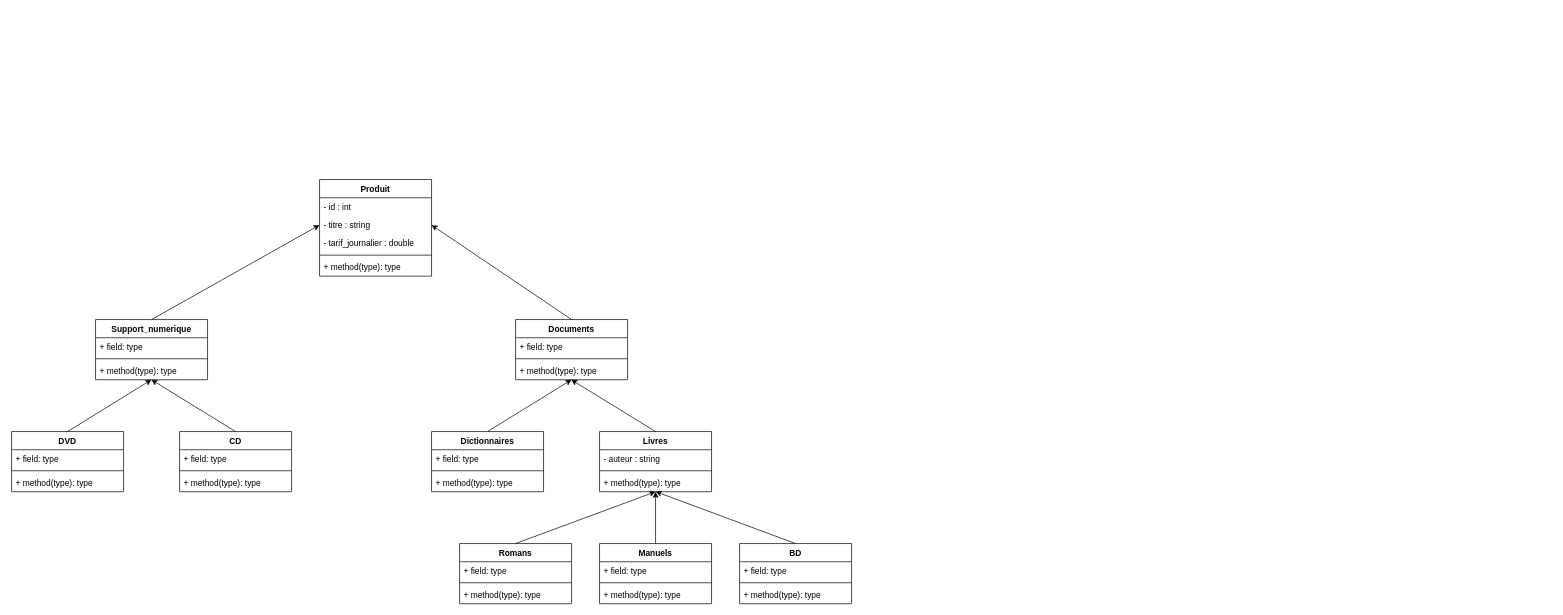
Earlier version of the draw.io diagram UML.drawio (Harsisis/Java_project). Source tidied: cells renumbered, new cells numbered last; positions are measured from the earlier drawing's top-left corner, leaving out a move shared by most shapes. Both pictures are drawn from the tidied source at 70%, with x=0, y=0 at pixel (11, 179).
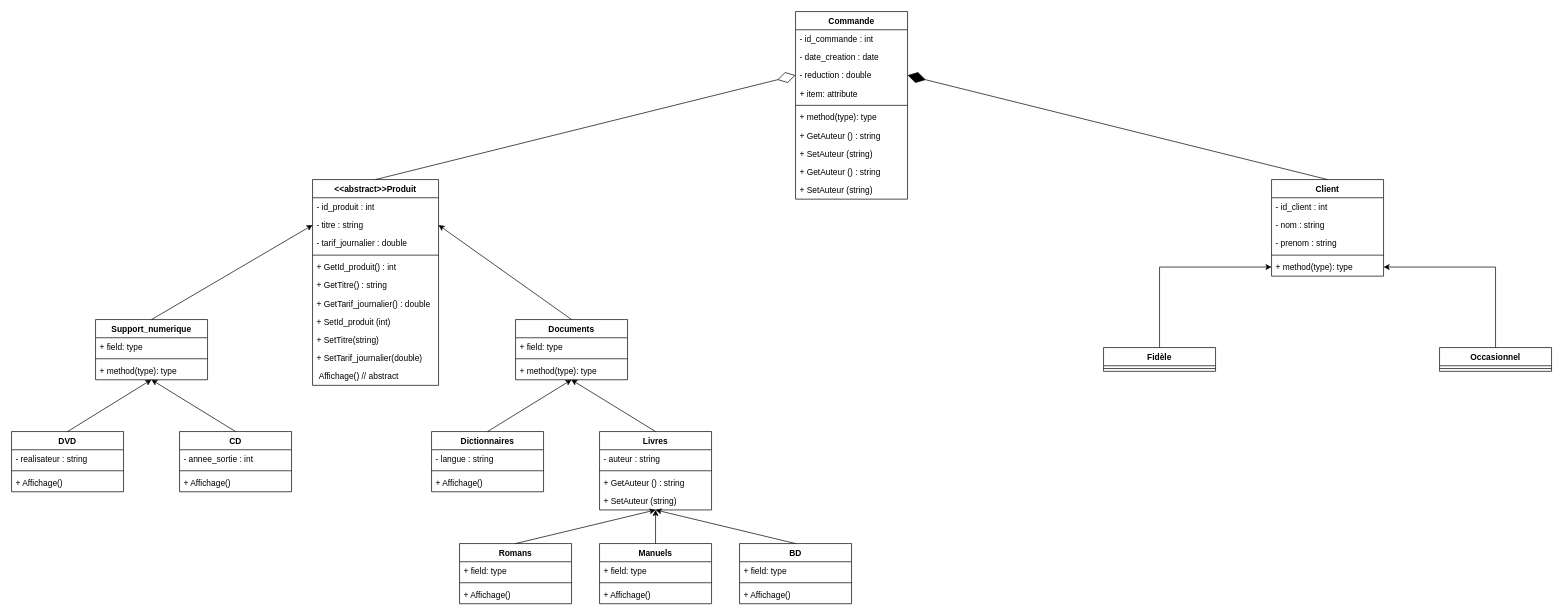
Above is the later version.

Unchanged cells that the change refers to:
```xml
<mxCell id="2" value="DVD" style="swimlane;fontStyle=1;align=center;verticalAlign=top;horizontal=1;startSize=26;" parent="1" vertex="1">
  <mxGeometry y="360" width="160" height="86" as="geometry" />
</mxCell>
<mxCell id="6" value="CD" style="swimlane;fontStyle=1;align=center;verticalAlign=top;horizontal=1;startSize=26;" parent="1" vertex="1">
  <mxGeometry x="240" y="360" width="160" height="86" as="geometry" />
</mxCell>
<mxCell id="18" value="Dictionnaires" style="swimlane;fontStyle=1;align=center;verticalAlign=top;horizontal=1;startSize=26;" parent="1" vertex="1">
  <mxGeometry x="600" y="360" width="160" height="86" as="geometry" />
</mxCell>
<mxCell id="26" value="BD" style="swimlane;fontStyle=1;align=center;verticalAlign=top;horizontal=1;startSize=26;" parent="1" vertex="1">
  <mxGeometry x="1040" y="520" width="160" height="86" as="geometry" />
</mxCell>
<mxCell id="30" value="Manuels" style="swimlane;fontStyle=1;align=center;verticalAlign=top;horizontal=1;startSize=26;" parent="1" vertex="1">
  <mxGeometry x="840" y="520" width="160" height="86" as="geometry" />
</mxCell>
<mxCell id="34" value="Romans" style="swimlane;fontStyle=1;align=center;verticalAlign=top;horizontal=1;startSize=26;" parent="1" vertex="1">
  <mxGeometry x="640" y="520" width="160" height="86" as="geometry" />
</mxCell>
```

Diff of the diagram source:
```diff
@@
-    <mxCell id="3" value="+ field: type" style="text;strokeColor=none;fillColor=none;align=left;verticalAlign=top;spacingLeft=4;spacingRight=4;overflow=hidden;" parent="2" vertex="1">
+    <mxCell id="3" value="- realisateur : string" style="text;strokeColor=none;fillColor=none;align=left;verticalAlign=top;spacingLeft=4;spacingRight=4;overflow=hidden;" parent="2" vertex="1">
       <mxGeometry y="26" width="160" height="26" as="geometry" />
     </mxCell>
@@
-    <mxCell id="5" value="+ method(type): type" style="text;strokeColor=none;fillColor=none;align=left;verticalAlign=top;spacingLeft=4;spacingRight=4;overflow=hidden;" parent="2" vertex="1">
-      <mxGeometry y="60" width="160" height="26" as="geometry" />
-    </mxCell>
+    <mxCell id="53" value="+ Affichage()" style="text;strokeColor=none;fillColor=none;align=left;verticalAlign=top;spacingLeft=4;spacingRight=4;overflow=hidden;" parent="2" vertex="1">
+      <mxGeometry y="60" width="160" height="26" as="geometry" />
+    </mxCell>
@@
-    <mxCell id="7" value="+ field: type" style="text;strokeColor=none;fillColor=none;align=left;verticalAlign=top;spacingLeft=4;spacingRight=4;overflow=hidden;" parent="6" vertex="1">
+    <mxCell id="7" value="- annee_sortie : int" style="text;strokeColor=none;fillColor=none;align=left;verticalAlign=top;spacingLeft=4;spacingRight=4;overflow=hidden;" parent="6" vertex="1">
       <mxGeometry y="26" width="160" height="26" as="geometry" />
     </mxCell>
@@
-    <mxCell id="9" value="+ method(type): type" style="text;strokeColor=none;fillColor=none;align=left;verticalAlign=top;spacingLeft=4;spacingRight=4;overflow=hidden;" parent="6" vertex="1">
-      <mxGeometry y="60" width="160" height="26" as="geometry" />
-    </mxCell>
+    <mxCell id="54" value="+ Affichage()" style="text;strokeColor=none;fillColor=none;align=left;verticalAlign=top;spacingLeft=4;spacingRight=4;overflow=hidden;" parent="6" vertex="1">
+      <mxGeometry y="60" width="160" height="26" as="geometry" />
+    </mxCell>
@@
-    <mxCell id="19" value="+ field: type" style="text;strokeColor=none;fillColor=none;align=left;verticalAlign=top;spacingLeft=4;spacingRight=4;overflow=hidden;" parent="18" vertex="1">
+    <mxCell id="19" value="- langue : string" style="text;strokeColor=none;fillColor=none;align=left;verticalAlign=top;spacingLeft=4;spacingRight=4;overflow=hidden;" parent="18" vertex="1">
       <mxGeometry y="26" width="160" height="26" as="geometry" />
     </mxCell>
@@
-    <mxCell id="21" value="+ method(type): type" style="text;strokeColor=none;fillColor=none;align=left;verticalAlign=top;spacingLeft=4;spacingRight=4;overflow=hidden;" parent="18" vertex="1">
-      <mxGeometry y="60" width="160" height="26" as="geometry" />
-    </mxCell>
+    <mxCell id="55" value="+ Affichage()" style="text;strokeColor=none;fillColor=none;align=left;verticalAlign=top;spacingLeft=4;spacingRight=4;overflow=hidden;" parent="18" vertex="1">
+      <mxGeometry y="60" width="160" height="26" as="geometry" />
+    </mxCell>
     <mxCell id="22" value="Livres" style="swimlane;fontStyle=1;align=center;verticalAlign=top;horizontal=1;startSize=26;" parent="1" vertex="1">
-      <mxGeometry x="840" y="360" width="160" height="86" as="geometry" />
+      <mxGeometry x="840" y="360" width="160" height="112" as="geometry" />
     </mxCell>
@@
-    <mxCell id="25" value="+ method(type): type" style="text;strokeColor=none;fillColor=none;align=left;verticalAlign=top;spacingLeft=4;spacingRight=4;overflow=hidden;points=[[0,0.5],[1,0.5]];portConstraint=eastwest;" parent="22" vertex="1">
+    <mxCell id="25" value="+ GetAuteur () : string" style="text;strokeColor=none;fillColor=none;align=left;verticalAlign=top;spacingLeft=4;spacingRight=4;overflow=hidden;points=[[0,0.5],[1,0.5]];portConstraint=eastwest;" parent="22" vertex="1">
       <mxGeometry y="60" width="160" height="26" as="geometry" />
     </mxCell>
+    <mxCell id="56" value="+ SetAuteur (string)" style="text;strokeColor=none;fillColor=none;align=left;verticalAlign=top;spacingLeft=4;spacingRight=4;overflow=hidden;" parent="22" vertex="1">
+      <mxGeometry y="86" width="160" height="26" as="geometry" />
+    </mxCell>
@@
-    <mxCell id="29" value="+ method(type): type" style="text;strokeColor=none;fillColor=none;align=left;verticalAlign=top;spacingLeft=4;spacingRight=4;overflow=hidden;" parent="26" vertex="1">
-      <mxGeometry y="60" width="160" height="26" as="geometry" />
-    </mxCell>
+    <mxCell id="57" value="+ Affichage()" style="text;strokeColor=none;fillColor=none;align=left;verticalAlign=top;spacingLeft=4;spacingRight=4;overflow=hidden;" parent="26" vertex="1">
+      <mxGeometry y="60" width="160" height="26" as="geometry" />
+    </mxCell>
@@
-    <mxCell id="33" value="+ method(type): type" style="text;strokeColor=none;fillColor=none;align=left;verticalAlign=top;spacingLeft=4;spacingRight=4;overflow=hidden;" parent="30" vertex="1">
-      <mxGeometry y="60" width="160" height="26" as="geometry" />
-    </mxCell>
+    <mxCell id="58" value="+ Affichage()" style="text;strokeColor=none;fillColor=none;align=left;verticalAlign=top;spacingLeft=4;spacingRight=4;overflow=hidden;" parent="30" vertex="1">
+      <mxGeometry y="60" width="160" height="26" as="geometry" />
+    </mxCell>
@@
-    <mxCell id="37" value="+ method(type): type" style="text;strokeColor=none;fillColor=none;align=left;verticalAlign=top;spacingLeft=4;spacingRight=4;overflow=hidden;" parent="34" vertex="1">
-      <mxGeometry y="60" width="160" height="26" as="geometry" />
-    </mxCell>
+    <mxCell id="59" value="+ Affichage()" style="text;strokeColor=none;fillColor=none;align=left;verticalAlign=top;spacingLeft=4;spacingRight=4;overflow=hidden;" parent="34" vertex="1">
+      <mxGeometry y="60" width="160" height="26" as="geometry" />
+    </mxCell>
-    <mxCell id="38" value="Produit" style="swimlane;fontStyle=1;align=center;verticalAlign=top;horizontal=1;startSize=26;" parent="1" vertex="1">
-      <mxGeometry x="440" width="160" height="138" as="geometry" />
+    <mxCell id="38" value="&lt;&lt;abstract&gt;&gt;Produit" style="swimlane;fontStyle=1;align=center;verticalAlign=top;horizontal=1;startSize=26;" parent="1" vertex="1">
+      <mxGeometry x="430" width="180" height="294" as="geometry" />
     </mxCell>
-    <mxCell id="39" value="- id : int" style="text;strokeColor=none;fillColor=none;align=left;verticalAlign=top;spacingLeft=4;spacingRight=4;overflow=hidden;" parent="38" vertex="1">
-      <mxGeometry y="26" width="160" height="26" as="geometry" />
+    <mxCell id="39" value="- id_produit : int" style="text;strokeColor=none;fillColor=none;align=left;verticalAlign=top;spacingLeft=4;spacingRight=4;overflow=hidden;" parent="38" vertex="1">
+      <mxGeometry y="26" width="180" height="26" as="geometry" />
     </mxCell>
     <mxCell id="40" value="- titre : string" style="text;strokeColor=none;fillColor=none;align=left;verticalAlign=top;spacingLeft=4;spacingRight=4;overflow=hidden;points=[[0,0.5],[1,0.5]];portConstraint=eastwest;" parent="38" vertex="1">
-      <mxGeometry y="52" width="160" height="26" as="geometry" />
+      <mxGeometry y="52" width="180" height="26" as="geometry" />
     </mxCell>
     <mxCell id="41" value="- tarif_journalier : double" style="text;strokeColor=none;fillColor=none;align=left;verticalAlign=top;spacingLeft=4;spacingRight=4;overflow=hidden;" parent="38" vertex="1">
-      <mxGeometry y="78" width="160" height="26" as="geometry" />
+      <mxGeometry y="78" width="180" height="26" as="geometry" />
     </mxCell>
     <mxCell id="42" style="line;strokeWidth=1;fillColor=none;align=left;verticalAlign=middle;spacingTop=-1;spacingLeft=3;spacingRight=3;labelPosition=right;" parent="38" vertex="1">
-      <mxGeometry y="104" width="160" height="8" as="geometry" />
+      <mxGeometry y="104" width="180" height="8" as="geometry" />
     </mxCell>
-    <mxCell id="43" value="+ method(type): type" style="text;strokeColor=none;fillColor=none;align=left;verticalAlign=top;spacingLeft=4;spacingRight=4;overflow=hidden;" parent="38" vertex="1">
-      <mxGeometry y="112" width="160" height="26" as="geometry" />
+    <mxCell id="43" value="+ GetId_produit() : int" style="text;strokeColor=none;fillColor=none;align=left;verticalAlign=top;spacingLeft=4;spacingRight=4;overflow=hidden;" parent="38" vertex="1">
+      <mxGeometry y="112" width="180" height="26" as="geometry" />
     </mxCell>
+    <mxCell id="60" value="+ GetTitre() : string" style="text;strokeColor=none;fillColor=none;align=left;verticalAlign=top;spacingLeft=4;spacingRight=4;overflow=hidden;" parent="38" vertex="1">
+      <mxGeometry y="138" width="180" height="26" as="geometry" />
+    </mxCell>
+    <mxCell id="61" value="+ GetTarif_journalier() : double" style="text;strokeColor=none;fillColor=none;align=left;verticalAlign=top;spacingLeft=4;spacingRight=4;overflow=hidden;" parent="38" vertex="1">
+      <mxGeometry y="164" width="180" height="26" as="geometry" />
+    </mxCell>
+    <mxCell id="62" value="+ SetId_produit (int)" style="text;strokeColor=none;fillColor=none;align=left;verticalAlign=top;spacingLeft=4;spacingRight=4;overflow=hidden;" parent="38" vertex="1">
+      <mxGeometry y="190" width="180" height="26" as="geometry" />
+    </mxCell>
+    <mxCell id="63" value="+ SetTitre(string)" style="text;strokeColor=none;fillColor=none;align=left;verticalAlign=top;spacingLeft=4;spacingRight=4;overflow=hidden;" parent="38" vertex="1">
+      <mxGeometry y="216" width="180" height="26" as="geometry" />
+    </mxCell>
+    <mxCell id="64" value="+ SetTarif_journalier(double)" style="text;strokeColor=none;fillColor=none;align=left;verticalAlign=top;spacingLeft=4;spacingRight=4;overflow=hidden;" parent="38" vertex="1">
+      <mxGeometry y="242" width="180" height="26" as="geometry" />
+    </mxCell>
+    <mxCell id="65" value=" Affichage() // abstract" style="text;strokeColor=none;fillColor=none;align=left;verticalAlign=top;spacingLeft=4;spacingRight=4;overflow=hidden;" parent="38" vertex="1">
+      <mxGeometry y="268" width="180" height="26" as="geometry" />
+    </mxCell>
@@
-    <mxCell id="48" style="endArrow=classic;html=1;exitX=0.5;exitY=0;exitDx=0;exitDy=0;entryX=0.501;entryY=0.994;entryDx=0;entryDy=0;entryPerimeter=0;" parent="1" edge="1" source="26" target="25">
-      <mxGeometry relative="1" as="geometry" />
+    <mxCell id="48" style="endArrow=classic;html=1;exitX=0.5;exitY=0;exitDx=0;exitDy=0;" parent="1" edge="1" source="26">
+      <mxGeometry relative="1" as="geometry">
+        <mxPoint x="920" y="472" as="targetPoint" />
+      </mxGeometry>
     </mxCell>
@@
-    <mxCell id="50" style="endArrow=classic;html=1;exitX=0.5;exitY=0;exitDx=0;exitDy=0;entryX=0.499;entryY=1.001;entryDx=0;entryDy=0;entryPerimeter=0;" parent="1" edge="1" source="34" target="25">
-      <mxGeometry relative="1" as="geometry" />
+    <mxCell id="50" style="endArrow=classic;html=1;exitX=0.5;exitY=0;exitDx=0;exitDy=0;" parent="1" edge="1" source="34">
+      <mxGeometry relative="1" as="geometry">
+        <mxPoint x="920" y="472" as="targetPoint" />
+      </mxGeometry>
     </mxCell>
@@
+    <mxCell id="66" value="Client" style="swimlane;fontStyle=1;align=center;verticalAlign=top;horizontal=1;startSize=26;" parent="1" vertex="1">
+      <mxGeometry x="1800" width="160" height="138" as="geometry" />
+    </mxCell>
+    <mxCell id="67" value="- id_client : int&#10;" style="text;strokeColor=none;fillColor=none;align=left;verticalAlign=top;spacingLeft=4;spacingRight=4;overflow=hidden;" parent="66" vertex="1">
+      <mxGeometry y="26" width="160" height="26" as="geometry" />
+    </mxCell>
+    <mxCell id="68" value="- nom : string" style="text;strokeColor=none;fillColor=none;align=left;verticalAlign=top;spacingLeft=4;spacingRight=4;overflow=hidden;" parent="66" vertex="1">
+      <mxGeometry y="52" width="160" height="26" as="geometry" />
+    </mxCell>
+    <mxCell id="69" value="- prenom : string" style="text;strokeColor=none;fillColor=none;align=left;verticalAlign=top;spacingLeft=4;spacingRight=4;overflow=hidden;" parent="66" vertex="1">
+      <mxGeometry y="78" width="160" height="26" as="geometry" />
+    </mxCell>
+    <mxCell id="70" style="line;strokeWidth=1;fillColor=none;align=left;verticalAlign=middle;spacingTop=-1;spacingLeft=3;spacingRight=3;labelPosition=right;" parent="66" vertex="1">
+      <mxGeometry y="104" width="160" height="8" as="geometry" />
+    </mxCell>
+    <mxCell id="71" value="+ method(type): type" style="text;strokeColor=none;fillColor=none;align=left;verticalAlign=top;spacingLeft=4;spacingRight=4;overflow=hidden;points=[[0,0.5],[1,0.5]];portConstraint=eastwest;" parent="66" vertex="1">
+      <mxGeometry y="112" width="160" height="26" as="geometry" />
+    </mxCell>
+    <mxCell id="72" value="Commande" style="swimlane;fontStyle=1;align=center;verticalAlign=top;horizontal=1;startSize=26;" parent="1" vertex="1">
+      <mxGeometry x="1120" y="-240" width="160" height="268" as="geometry" />
+    </mxCell>
+    <mxCell id="73" value="- id_commande : int" style="text;strokeColor=none;fillColor=none;align=left;verticalAlign=top;spacingLeft=4;spacingRight=4;overflow=hidden;" parent="72" vertex="1">
+      <mxGeometry y="26" width="160" height="26" as="geometry" />
+    </mxCell>
+    <mxCell id="74" value="- date_creation : date" style="text;strokeColor=none;fillColor=none;align=left;verticalAlign=top;spacingLeft=4;spacingRight=4;overflow=hidden;" parent="72" vertex="1">
+      <mxGeometry y="52" width="160" height="26" as="geometry" />
+    </mxCell>
+    <mxCell id="75" value="- reduction : double" style="text;strokeColor=none;fillColor=none;align=left;verticalAlign=top;spacingLeft=4;spacingRight=4;overflow=hidden;points=[[0,0.5],[1,0.5]];portConstraint=eastwest;" parent="72" vertex="1">
+      <mxGeometry y="78" width="160" height="26" as="geometry" />
+    </mxCell>
+    <mxCell id="76" value="+ item: attribute" style="text;strokeColor=none;fillColor=none;align=left;verticalAlign=top;spacingLeft=4;spacingRight=4;overflow=hidden;" parent="72" vertex="1">
+      <mxGeometry y="104" width="160" height="26" as="geometry" />
+    </mxCell>
+    <mxCell id="77" style="line;strokeWidth=1;fillColor=none;align=left;verticalAlign=middle;spacingTop=-1;spacingLeft=3;spacingRight=3;labelPosition=right;" parent="72" vertex="1">
+      <mxGeometry y="130" width="160" height="8" as="geometry" />
+    </mxCell>
+    <mxCell id="78" value="+ method(type): type" style="text;strokeColor=none;fillColor=none;align=left;verticalAlign=top;spacingLeft=4;spacingRight=4;overflow=hidden;" parent="72" vertex="1">
+      <mxGeometry y="138" width="160" height="26" as="geometry" />
+    </mxCell>
+    <mxCell id="79" value="+ GetAuteur () : string" style="text;strokeColor=none;fillColor=none;align=left;verticalAlign=top;spacingLeft=4;spacingRight=4;overflow=hidden;" parent="72" vertex="1">
+      <mxGeometry y="164" width="160" height="26" as="geometry" />
+    </mxCell>
+    <mxCell id="80" value="+ SetAuteur (string)" style="text;strokeColor=none;fillColor=none;align=left;verticalAlign=top;spacingLeft=4;spacingRight=4;overflow=hidden;" parent="72" vertex="1">
+      <mxGeometry y="190" width="160" height="26" as="geometry" />
+    </mxCell>
+    <mxCell id="81" value="+ GetAuteur () : string" style="text;strokeColor=none;fillColor=none;align=left;verticalAlign=top;spacingLeft=4;spacingRight=4;overflow=hidden;" parent="72" vertex="1">
+      <mxGeometry y="216" width="160" height="26" as="geometry" />
+    </mxCell>
+    <mxCell id="82" value="+ SetAuteur (string)" style="text;strokeColor=none;fillColor=none;align=left;verticalAlign=top;spacingLeft=4;spacingRight=4;overflow=hidden;" parent="72" vertex="1">
+      <mxGeometry y="242" width="160" height="26" as="geometry" />
+    </mxCell>
+    <mxCell id="83" style="endArrow=diamondThin;endFill=1;endSize=24;html=1;exitX=0.5;exitY=0;exitDx=0;exitDy=0;entryX=1;entryY=0.5;entryDx=0;entryDy=0;" parent="1" edge="1" source="66" target="75">
+      <mxGeometry relative="1" as="geometry" />
+    </mxCell>
+    <mxCell id="84" style="endArrow=diamondThin;endFill=0;endSize=24;html=1;entryX=0;entryY=0.5;entryDx=0;entryDy=0;exitX=0.5;exitY=0;exitDx=0;exitDy=0;" parent="1" edge="1" source="38" target="75">
+      <mxGeometry relative="1" as="geometry" />
+    </mxCell>
+    <mxCell id="85" style="edgeStyle=orthogonalEdgeStyle;rounded=0;jettySize=auto;html=1;entryX=0;entryY=0.5;entryDx=0;entryDy=0;" parent="1" edge="1" source="86" target="71">
+      <mxGeometry relative="1" as="geometry" />
+    </mxCell>
+    <mxCell id="86" value="Fidèle" style="swimlane;fontStyle=1;align=center;verticalAlign=top;horizontal=1;startSize=26;" parent="1" vertex="1">
+      <mxGeometry x="1560" y="240" width="160" height="34" as="geometry" />
+    </mxCell>
+    <mxCell id="87" style="line;strokeWidth=1;fillColor=none;align=left;verticalAlign=middle;spacingTop=-1;spacingLeft=3;spacingRight=3;labelPosition=right;" parent="86" vertex="1">
+      <mxGeometry y="26" width="160" height="8" as="geometry" />
+    </mxCell>
+    <mxCell id="88" style="edgeStyle=orthogonalEdgeStyle;rounded=0;jettySize=auto;html=1;entryX=1;entryY=0.5;entryDx=0;entryDy=0;" parent="1" edge="1" source="89" target="71">
+      <mxGeometry relative="1" as="geometry" />
+    </mxCell>
+    <mxCell id="89" value="Occasionnel" style="swimlane;fontStyle=1;align=center;verticalAlign=top;horizontal=1;startSize=26;" parent="1" vertex="1">
+      <mxGeometry x="2040" y="240" width="160" height="34" as="geometry" />
+    </mxCell>
+    <mxCell id="90" style="line;strokeWidth=1;fillColor=none;align=left;verticalAlign=middle;spacingTop=-1;spacingLeft=3;spacingRight=3;labelPosition=right;" parent="89" vertex="1">
+      <mxGeometry y="26" width="160" height="8" as="geometry" />
+    </mxCell>
```
